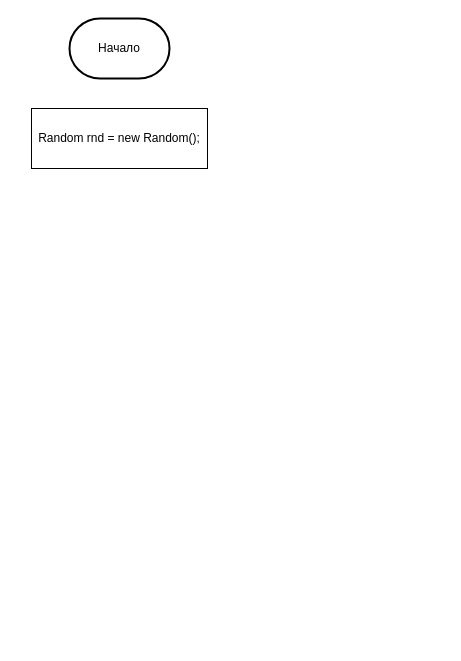
Before: 2022glo2.drawio in FortunaMAKSIM/glo, a draw.io diagram. Source tidied: cells renumbered, new cells numbered last; positions are measured from the earlier drawing's top-left corner, leaving out a move shared by most shapes. Both pictures are drawn from the tidied source at 100%, with x=0, y=0 at pixel (31, 18).
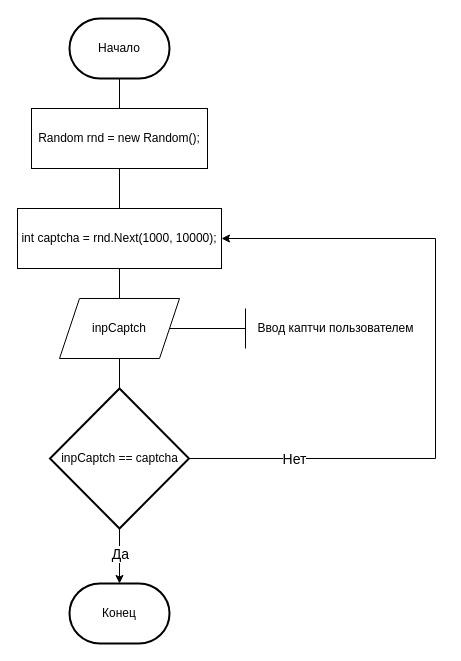
The same page after the edit.

Unchanged cells that the change refers to:
```xml
<mxCell id="2" value="Random rnd = new Random();" style="rounded=0;whiteSpace=wrap;html=1;" parent="1" vertex="1">
  <mxGeometry y="90" width="176" height="60" as="geometry" />
</mxCell>
<mxCell id="3" value="Начало" style="strokeWidth=2;html=1;shape=mxgraph.flowchart.terminator;whiteSpace=wrap;" parent="1" vertex="1">
  <mxGeometry x="38" width="100" height="60" as="geometry" />
</mxCell>
```

The edit, as a diff of the source:
```diff
@@
+    <mxCell id="4" value="int captcha = rnd.Next(1000, 10000);" style="rounded=0;whiteSpace=wrap;html=1;" parent="1" vertex="1">
+      <mxGeometry x="-14" y="190" width="204" height="60" as="geometry" />
+    </mxCell>
+    <mxCell id="5" value="inpCaptch" style="shape=parallelogram;perimeter=parallelogramPerimeter;whiteSpace=wrap;html=1;fixedSize=1;" parent="1" vertex="1">
+      <mxGeometry x="28" y="280" width="120" height="60" as="geometry" />
+    </mxCell>
+    <mxCell id="6" style="endArrow=none;html=1;rounded=0;exitX=1;exitY=0.5;exitDx=0;exitDy=0;" parent="1" edge="1" source="5">
+      <mxGeometry relative="1" as="geometry">
+        <mxPoint x="214" y="310" as="targetPoint" />
+      </mxGeometry>
+    </mxCell>
+    <mxCell id="7" style="endArrow=none;html=1;rounded=0;" parent="1" edge="1">
+      <mxGeometry relative="1" as="geometry">
+        <mxPoint x="214" y="330" as="sourcePoint" />
+        <mxPoint x="214" y="290" as="targetPoint" />
+      </mxGeometry>
+    </mxCell>
+    <mxCell id="8" value="Ввод каптчи пользователем" style="text;html=1;align=center;verticalAlign=middle;strokeColor=none;fillColor=none;" parent="1" vertex="1">
+      <mxGeometry x="214" y="295" width="180" height="30" as="geometry" />
+    </mxCell>
+    <mxCell id="9" value="inpCaptch == captcha" style="strokeWidth=2;html=1;shape=mxgraph.flowchart.decision;whiteSpace=wrap;" parent="1" vertex="1">
+      <mxGeometry x="18.5" y="370" width="139" height="140" as="geometry" />
+    </mxCell>
+    <mxCell id="10" value="Конец" style="strokeWidth=2;html=1;shape=mxgraph.flowchart.terminator;whiteSpace=wrap;" parent="1" vertex="1">
+      <mxGeometry x="38" y="565" width="100" height="60" as="geometry" />
+    </mxCell>
+    <mxCell id="11" style="endArrow=none;html=1;rounded=0;entryX=0.5;entryY=1;entryDx=0;entryDy=0;entryPerimeter=0;exitX=0.5;exitY=0;exitDx=0;exitDy=0;exitPerimeter=0;startArrow=classic;startFill=1;" parent="1" edge="1" source="10" target="9">
+      <mxGeometry relative="1" as="geometry" />
+    </mxCell>
+    <mxCell id="12" value="&lt;font style=&quot;font-size: 14px;&quot;&gt;Да&lt;/font&gt;" style="edgeLabel;html=1;align=center;verticalAlign=middle;" parent="11" vertex="1">
+      <mxGeometry x="0.08" relative="1" as="geometry" />
+    </mxCell>
+    <mxCell id="13" style="endArrow=none;html=1;rounded=0;entryX=0.5;entryY=1;entryDx=0;entryDy=0;entryPerimeter=0;exitX=0.5;exitY=0;exitDx=0;exitDy=0;" parent="1" edge="1" source="2" target="3">
+      <mxGeometry relative="1" as="geometry" />
+    </mxCell>
+    <mxCell id="14" style="endArrow=none;html=1;rounded=0;entryX=0.5;entryY=1;entryDx=0;entryDy=0;exitX=0.5;exitY=0;exitDx=0;exitDy=0;" parent="1" edge="1" source="4" target="2">
+      <mxGeometry relative="1" as="geometry" />
+    </mxCell>
+    <mxCell id="15" style="endArrow=none;html=1;rounded=0;entryX=0.5;entryY=1;entryDx=0;entryDy=0;exitX=0.5;exitY=0;exitDx=0;exitDy=0;" parent="1" edge="1" source="5" target="4">
+      <mxGeometry relative="1" as="geometry" />
+    </mxCell>
+    <mxCell id="16" style="endArrow=none;html=1;rounded=0;entryX=0.5;entryY=1;entryDx=0;entryDy=0;exitX=0.5;exitY=0;exitDx=0;exitDy=0;exitPerimeter=0;" parent="1" edge="1" source="9" target="5">
+      <mxGeometry relative="1" as="geometry" />
+    </mxCell>
+    <mxCell id="17" style="endArrow=classic;html=1;rounded=0;edgeStyle=orthogonalEdgeStyle;exitX=1;exitY=0.5;exitDx=0;exitDy=0;exitPerimeter=0;entryX=1;entryY=0.5;entryDx=0;entryDy=0;startArrow=none;startFill=0;endFill=1;" parent="1" edge="1" source="9" target="4">
+      <mxGeometry relative="1" as="geometry">
+        <Array as="points">
+          <mxPoint x="404" y="440" />
+          <mxPoint x="404" y="220" />
+        </Array>
+      </mxGeometry>
+    </mxCell>
+    <mxCell id="18" value="&lt;font style=&quot;font-size: 14px;&quot;&gt;Нет&lt;/font&gt;" style="edgeLabel;html=1;align=center;verticalAlign=middle;" parent="17" vertex="1">
+      <mxGeometry x="-0.69" relative="1" as="geometry" />
+    </mxCell>
```
